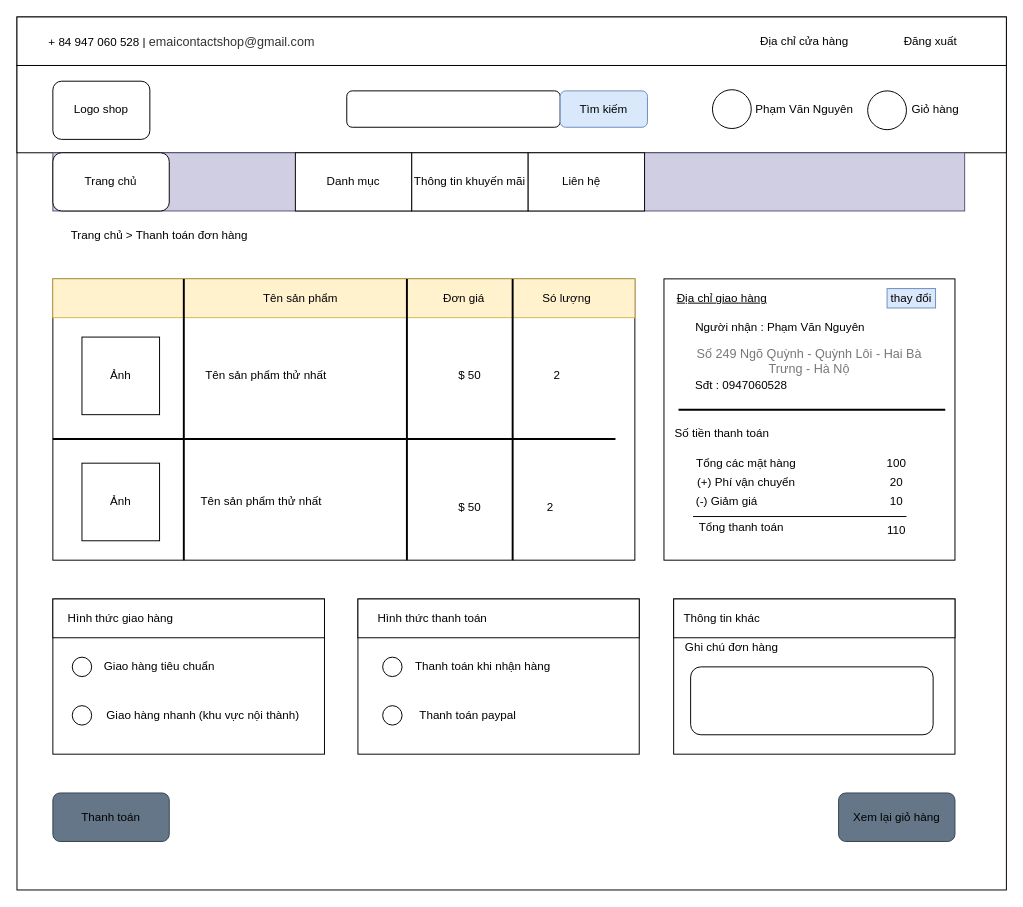
Before: mockup-fe/checkout-mockup.drawio in nguyenphamvan/datn_20202, a draw.io diagram. Source tidied: cells renumbered, new cells numbered last; positions are measured from the earlier drawing's top-left corner, leaving out a move shared by most shapes. Both pictures are drawn from the tidied source at 97%, with x=0, y=0 at pixel (16, 16).
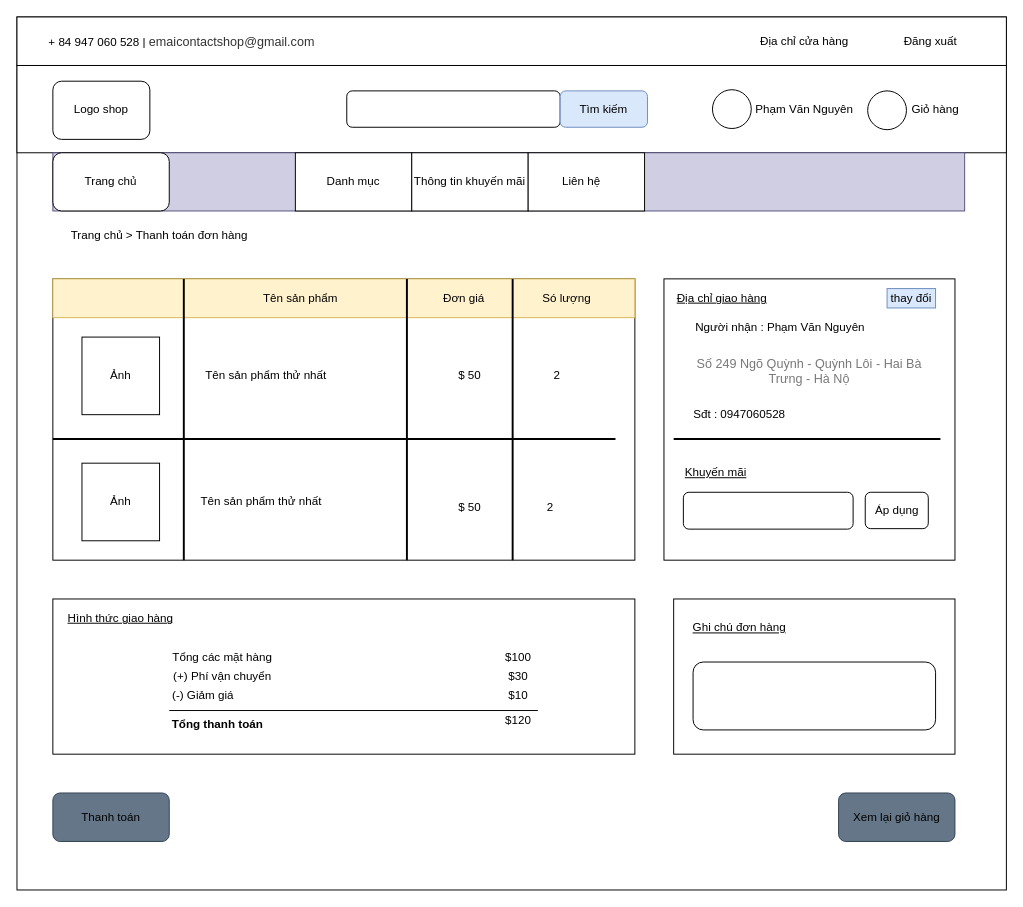
The same diagram, later.

The edit, as a diff of the source:
```diff
@@
     <mxCell id="40" value="&lt;span style=&quot;color: rgb(120 , 120 , 120) ; font-family: &amp;#34;poppins&amp;#34; , sans-serif ; font-size: 13px ; text-align: left ; background-color: rgb(255 , 255 , 255)&quot;&gt;Số 249 Ngõ Quỳnh - Quỳnh Lôi - Hai Bà Trưng - Hà Nộ&lt;/span&gt;" style="text;html=1;strokeColor=none;fillColor=none;align=center;verticalAlign=middle;whiteSpace=wrap;rounded=0;fontColor=#000000;" parent="1" vertex="1">
-      <mxGeometry x="697" y="340" width="240" height="30" as="geometry" />
+      <mxGeometry x="697" y="350" width="240" height="30" as="geometry" />
     </mxCell>
     <mxCell id="41" value="Sđt : 0947060528" style="text;html=1;strokeColor=none;fillColor=none;align=center;verticalAlign=middle;whiteSpace=wrap;rounded=0;fontColor=#000000;" parent="1" vertex="1">
-      <mxGeometry x="697" y="370" width="100" height="20" as="geometry" />
+      <mxGeometry x="694.5" y="400" width="100" height="20" as="geometry" />
     </mxCell>
-    <mxCell id="42" value="Số tiền thanh toán" style="text;html=1;strokeColor=none;fillColor=none;align=center;verticalAlign=middle;whiteSpace=wrap;rounded=0;fontColor=#000000;" parent="1" vertex="1">
-      <mxGeometry x="677" y="420" width="100" height="20" as="geometry" />
+    <mxCell id="42" value="&lt;u&gt;Khuyến mãi&lt;/u&gt;" style="text;html=1;strokeColor=none;fillColor=none;align=left;verticalAlign=middle;whiteSpace=wrap;rounded=0;fontColor=#000000;" parent="1" vertex="1">
+      <mxGeometry x="687" y="460" width="70" height="20" as="geometry" />
     </mxCell>
@@
-    <mxCell id="50" value="Tổng các mặt hàng" style="text;html=1;strokeColor=none;fillColor=none;align=center;verticalAlign=middle;whiteSpace=wrap;rounded=0;" parent="1" vertex="1">
-      <mxGeometry x="687" y="450" width="130" height="20" as="geometry" />
-    </mxCell>
-    <mxCell id="51" value="(+) Phí vận chuyển" style="text;html=1;strokeColor=none;fillColor=none;align=center;verticalAlign=middle;whiteSpace=wrap;rounded=0;" parent="1" vertex="1">
-      <mxGeometry x="697" y="470" width="110" height="20" as="geometry" />
-    </mxCell>
-    <mxCell id="52" value="(-) Giảm giá" style="text;html=1;strokeColor=none;fillColor=none;align=center;verticalAlign=middle;whiteSpace=wrap;rounded=0;" parent="1" vertex="1">
-      <mxGeometry x="697" y="490" width="70" height="20" as="geometry" />
-    </mxCell>
-    <mxCell id="53" value="Tổng thanh toán" style="text;html=1;strokeColor=none;fillColor=none;align=center;verticalAlign=middle;whiteSpace=wrap;rounded=0;" parent="1" vertex="1">
-      <mxGeometry x="697" y="516" width="100" height="20" as="geometry" />
-    </mxCell>
-    <mxCell id="54" style="line;strokeWidth=1;html=1;" parent="1" vertex="1">
-      <mxGeometry x="697" y="510" width="220" height="10" as="geometry" />
-    </mxCell>
     <mxCell id="55" style="line;strokeWidth=2;html=1;" parent="1" vertex="1">
-      <mxGeometry x="682" y="400" width="275" height="10" as="geometry" />
+      <mxGeometry x="677" y="430" width="275" height="10" as="geometry" />
     </mxCell>
-    <mxCell id="56" value="100" style="text;html=1;strokeColor=none;fillColor=none;align=center;verticalAlign=middle;whiteSpace=wrap;rounded=0;" parent="1" vertex="1">
-      <mxGeometry x="887" y="450" width="40" height="20" as="geometry" />
-    </mxCell>
-    <mxCell id="57" value="20" style="text;html=1;strokeColor=none;fillColor=none;align=center;verticalAlign=middle;whiteSpace=wrap;rounded=0;" parent="1" vertex="1">
-      <mxGeometry x="887" y="470" width="40" height="20" as="geometry" />
-    </mxCell>
-    <mxCell id="58" value="10" style="text;html=1;strokeColor=none;fillColor=none;align=center;verticalAlign=middle;whiteSpace=wrap;rounded=0;" parent="1" vertex="1">
-      <mxGeometry x="887" y="490" width="40" height="20" as="geometry" />
-    </mxCell>
-    <mxCell id="59" value="110" style="text;html=1;strokeColor=none;fillColor=none;align=center;verticalAlign=middle;whiteSpace=wrap;rounded=0;" parent="1" vertex="1">
-      <mxGeometry x="887" y="520" width="40" height="20" as="geometry" />
-    </mxCell>
     <mxCell id="60" style="rounded=0;whiteSpace=wrap;html=1;strokeWidth=1;align=left;" parent="1" vertex="1">
-      <mxGeometry x="37" y="600" width="280" height="160" as="geometry" />
+      <mxGeometry x="37" y="600" width="600" height="160" as="geometry" />
     </mxCell>
-    <mxCell id="61" style="rounded=0;whiteSpace=wrap;html=1;strokeWidth=1;align=left;" parent="1" vertex="1">
-      <mxGeometry x="37" y="600" width="280" height="40" as="geometry" />
-    </mxCell>
-    <mxCell id="62" value="Hình thức giao hàng" style="text;html=1;strokeColor=none;fillColor=none;align=center;verticalAlign=middle;whiteSpace=wrap;rounded=0;" parent="1" vertex="1">
+    <mxCell id="62" value="&lt;u&gt;Hình thức giao hàng&lt;/u&gt;" style="text;html=1;strokeColor=none;fillColor=none;align=center;verticalAlign=middle;whiteSpace=wrap;rounded=0;" parent="1" vertex="1">
       <mxGeometry x="47" y="610" width="120" height="20" as="geometry" />
     </mxCell>
-    <mxCell id="63" style="ellipse;whiteSpace=wrap;html=1;rounded=0;strokeWidth=1;align=left;" parent="1" vertex="1">
-      <mxGeometry x="57" y="660" width="20" height="20" as="geometry" />
-    </mxCell>
-    <mxCell id="64" value="Giao hàng tiêu chuẩn" style="text;html=1;strokeColor=none;fillColor=none;align=center;verticalAlign=middle;whiteSpace=wrap;rounded=0;" parent="1" vertex="1">
-      <mxGeometry x="87" y="660" width="120" height="20" as="geometry" />
-    </mxCell>
-    <mxCell id="65" style="ellipse;whiteSpace=wrap;html=1;rounded=0;strokeWidth=1;align=left;" parent="1" vertex="1">
-      <mxGeometry x="57" y="710" width="20" height="20" as="geometry" />
-    </mxCell>
-    <mxCell id="66" value="Giao hàng nhanh (khu vực nội thành)" style="text;html=1;strokeColor=none;fillColor=none;align=center;verticalAlign=middle;whiteSpace=wrap;rounded=0;" parent="1" vertex="1">
-      <mxGeometry x="87" y="710" width="210" height="20" as="geometry" />
-    </mxCell>
-    <mxCell id="67" style="rounded=0;whiteSpace=wrap;html=1;strokeWidth=1;align=left;" parent="1" vertex="1">
-      <mxGeometry x="351.5" y="600" width="290" height="160" as="geometry" />
-    </mxCell>
-    <mxCell id="68" style="rounded=0;whiteSpace=wrap;html=1;strokeWidth=1;align=left;" parent="1" vertex="1">
-      <mxGeometry x="351.5" y="600" width="290" height="40" as="geometry" />
-    </mxCell>
-    <mxCell id="69" value="Hình thức thanh toán" style="text;html=1;strokeColor=none;fillColor=none;align=center;verticalAlign=middle;whiteSpace=wrap;rounded=0;" parent="1" vertex="1">
-      <mxGeometry x="366" y="610" width="125" height="20" as="geometry" />
-    </mxCell>
-    <mxCell id="70" style="ellipse;whiteSpace=wrap;html=1;rounded=0;strokeWidth=1;align=left;" parent="1" vertex="1">
-      <mxGeometry x="377" y="660" width="20" height="20" as="geometry" />
-    </mxCell>
-    <mxCell id="71" style="ellipse;whiteSpace=wrap;html=1;rounded=0;strokeWidth=1;align=left;" parent="1" vertex="1">
-      <mxGeometry x="377" y="710" width="20" height="20" as="geometry" />
-    </mxCell>
-    <mxCell id="72" value="Thanh toán khi nhận hàng" style="text;html=1;strokeColor=none;fillColor=none;align=center;verticalAlign=middle;whiteSpace=wrap;rounded=0;" parent="1" vertex="1">
-      <mxGeometry x="407" y="660" width="147" height="20" as="geometry" />
-    </mxCell>
-    <mxCell id="73" value="Thanh toán paypal" style="text;html=1;strokeColor=none;fillColor=none;align=center;verticalAlign=middle;whiteSpace=wrap;rounded=0;" parent="1" vertex="1">
-      <mxGeometry x="412.5" y="710" width="103.5" height="20" as="geometry" />
-    </mxCell>
@@
-    <mxCell id="75" style="rounded=0;whiteSpace=wrap;html=1;strokeWidth=1;align=left;" parent="1" vertex="1">
-      <mxGeometry x="677" y="600" width="290" height="40" as="geometry" />
-    </mxCell>
-    <mxCell id="76" value="Thông tin khác" style="text;html=1;strokeColor=none;fillColor=none;align=center;verticalAlign=middle;whiteSpace=wrap;rounded=0;" parent="1" vertex="1">
-      <mxGeometry x="677" y="610" width="100" height="20" as="geometry" />
+    <mxCell id="76" value="&lt;u&gt;Ghi chú đơn hàng&lt;/u&gt;" style="text;html=1;strokeColor=none;fillColor=none;align=center;verticalAlign=middle;whiteSpace=wrap;rounded=0;" parent="1" vertex="1">
+      <mxGeometry x="694.5" y="620" width="100" height="20" as="geometry" />
     </mxCell>
-    <mxCell id="77" value="Ghi chú đơn hàng" style="text;html=1;strokeColor=none;fillColor=none;align=center;verticalAlign=middle;whiteSpace=wrap;rounded=0;" parent="1" vertex="1">
-      <mxGeometry x="687" y="640" width="100" height="20" as="geometry" />
-    </mxCell>
     <mxCell id="78" style="rounded=1;whiteSpace=wrap;html=1;strokeWidth=1;align=left;" parent="1" vertex="1">
-      <mxGeometry x="694.5" y="670" width="250" height="70" as="geometry" />
+      <mxGeometry x="697" y="665" width="250" height="70" as="geometry" />
     </mxCell>
@@
+    <mxCell id="50" value="Tổng các mặt hàng" style="text;html=1;strokeColor=none;fillColor=none;align=center;verticalAlign=middle;whiteSpace=wrap;rounded=0;" parent="1" vertex="1">
+      <mxGeometry x="147" y="650" width="130" height="20" as="geometry" />
+    </mxCell>
+    <mxCell id="51" value="(+) Phí vận chuyển" style="text;html=1;strokeColor=none;fillColor=none;align=center;verticalAlign=middle;whiteSpace=wrap;rounded=0;" parent="1" vertex="1">
+      <mxGeometry x="157" y="670" width="110" height="20" as="geometry" />
+    </mxCell>
+    <mxCell id="52" value="(-) Giảm giá" style="text;html=1;strokeColor=none;fillColor=none;align=center;verticalAlign=middle;whiteSpace=wrap;rounded=0;" parent="1" vertex="1">
+      <mxGeometry x="157" y="690" width="70" height="20" as="geometry" />
+    </mxCell>
+    <mxCell id="86" style="line;strokeWidth=1;html=1;" parent="1" vertex="1">
+      <mxGeometry x="157" y="710" width="380" height="10" as="geometry" />
+    </mxCell>
+    <mxCell id="87" value="$100" style="text;html=1;strokeColor=none;fillColor=none;align=center;verticalAlign=middle;whiteSpace=wrap;rounded=0;" parent="1" vertex="1">
+      <mxGeometry x="497" y="650" width="40" height="20" as="geometry" />
+    </mxCell>
+    <mxCell id="88" value="$10" style="text;html=1;strokeColor=none;fillColor=none;align=center;verticalAlign=middle;whiteSpace=wrap;rounded=0;" parent="1" vertex="1">
+      <mxGeometry x="497" y="690" width="40" height="20" as="geometry" />
+    </mxCell>
+    <mxCell id="53" value="&lt;b&gt;Tổng thanh toán&lt;/b&gt;" style="text;html=1;strokeColor=none;fillColor=none;align=center;verticalAlign=middle;whiteSpace=wrap;rounded=0;" parent="1" vertex="1">
+      <mxGeometry x="157" y="720" width="100" height="20" as="geometry" />
+    </mxCell>
+    <mxCell id="89" style="rounded=1;whiteSpace=wrap;html=1;strokeWidth=1;align=left;" parent="1" vertex="1">
+      <mxGeometry x="687" y="490" width="175" height="38" as="geometry" />
+    </mxCell>
+    <mxCell id="90" value="Áp dụng" style="rounded=1;whiteSpace=wrap;html=1;strokeWidth=1;align=center;" parent="1" vertex="1">
+      <mxGeometry x="874.5" y="490" width="65" height="37.5" as="geometry" />
+    </mxCell>
+    <mxCell id="91" value="$30" style="text;html=1;strokeColor=none;fillColor=none;align=center;verticalAlign=middle;whiteSpace=wrap;rounded=0;" parent="1" vertex="1">
+      <mxGeometry x="497" y="670" width="40" height="20" as="geometry" />
+    </mxCell>
+    <mxCell id="92" value="$120" style="text;html=1;strokeColor=none;fillColor=none;align=center;verticalAlign=middle;whiteSpace=wrap;rounded=0;" parent="1" vertex="1">
+      <mxGeometry x="497" y="715" width="40" height="20" as="geometry" />
+    </mxCell>
```
